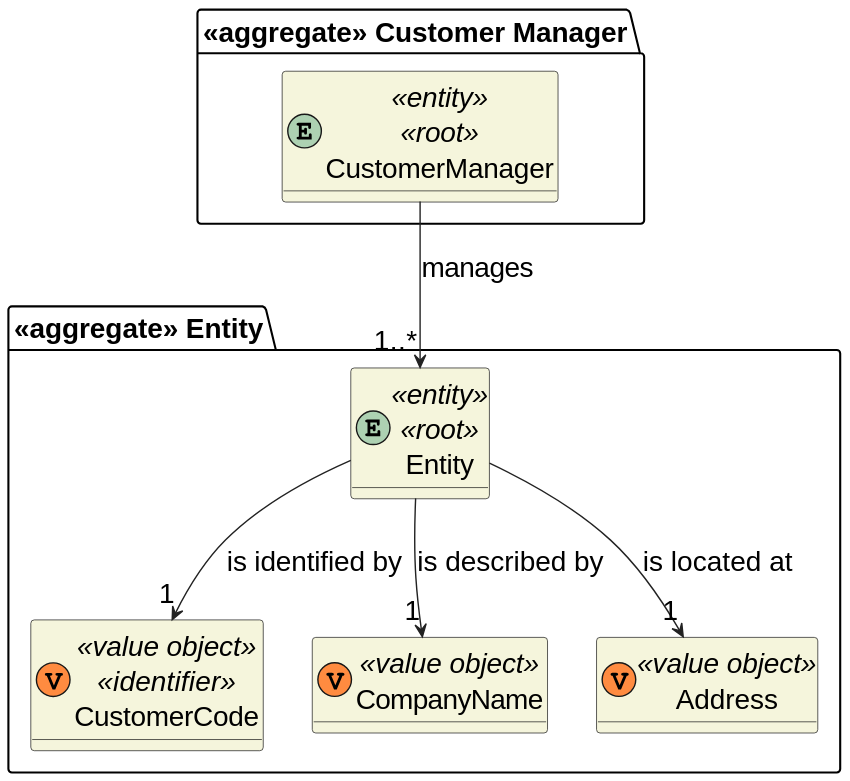
The PlantUML diagram docs/sb_us_1001/domain-model-us-1001.svg in rita-barbosa/LAPR4-2324, before a commit. Its diagram source:
```plantuml
@startuml
skinparamlocked defaultFontSize 20

skinparam classAttributeIconSize 0
hide empty attributes
skinparam classBackgroundColor beige
skinparam ArrowColor #222222






package "<<aggregate>> Customer Manager" {
    entity CustomerManager <<entity>> <<root>>  {}
}
package "<<aggregate>> Entity" {
    entity Entity <<entity>> <<root>>  {}
    class CustomerCode <<(V,#FF8B40) value object>> <<identifier>> {}
    class CompanyName <<(V,#FF8B40) value object>> {}
     class Address <<(V,#FF8B40) value object>> {}
}




Entity --> "1" CompanyName : is described by
Entity --> "1" Address : is located at
Entity --> "1" CustomerCode : is identified by
CustomerManager --> "1..*" Entity: manages
@enduml
```
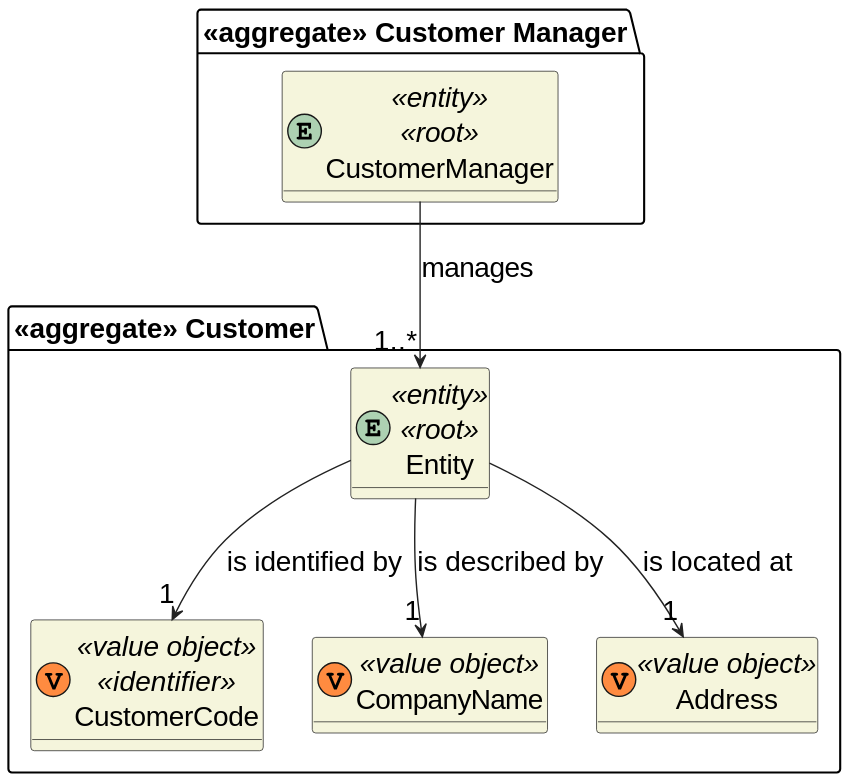
The same file after the commit.

Diff of the diagram source:
```diff
@@ -14,7 +14,7 @@
 package "<<aggregate>> Customer Manager" {
     entity CustomerManager <<entity>> <<root>>  {}
 }
-package "<<aggregate>> Entity" {
+package "<<aggregate>> Customer" {
     entity Entity <<entity>> <<root>>  {}
     class CustomerCode <<(V,#FF8B40) value object>> <<identifier>> {}
     class CompanyName <<(V,#FF8B40) value object>> {}
```
